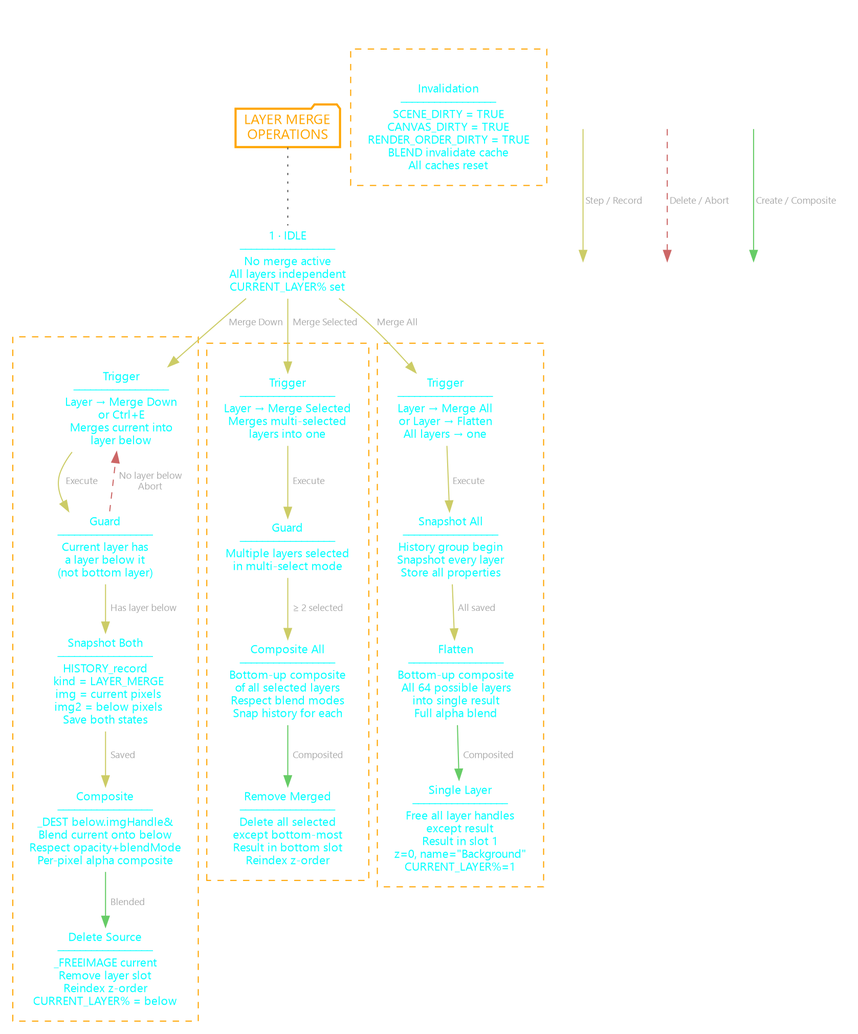
Before: PLANS/diagrams/LAYER-OPS/LAYER-MERGE-STATES.png, a diagram exported from Graphviz (grymmjack/DRAW). Its source is kept beside it as PLANS/diagrams/LAYER-OPS/LAYER-MERGE-STATES.DOT.
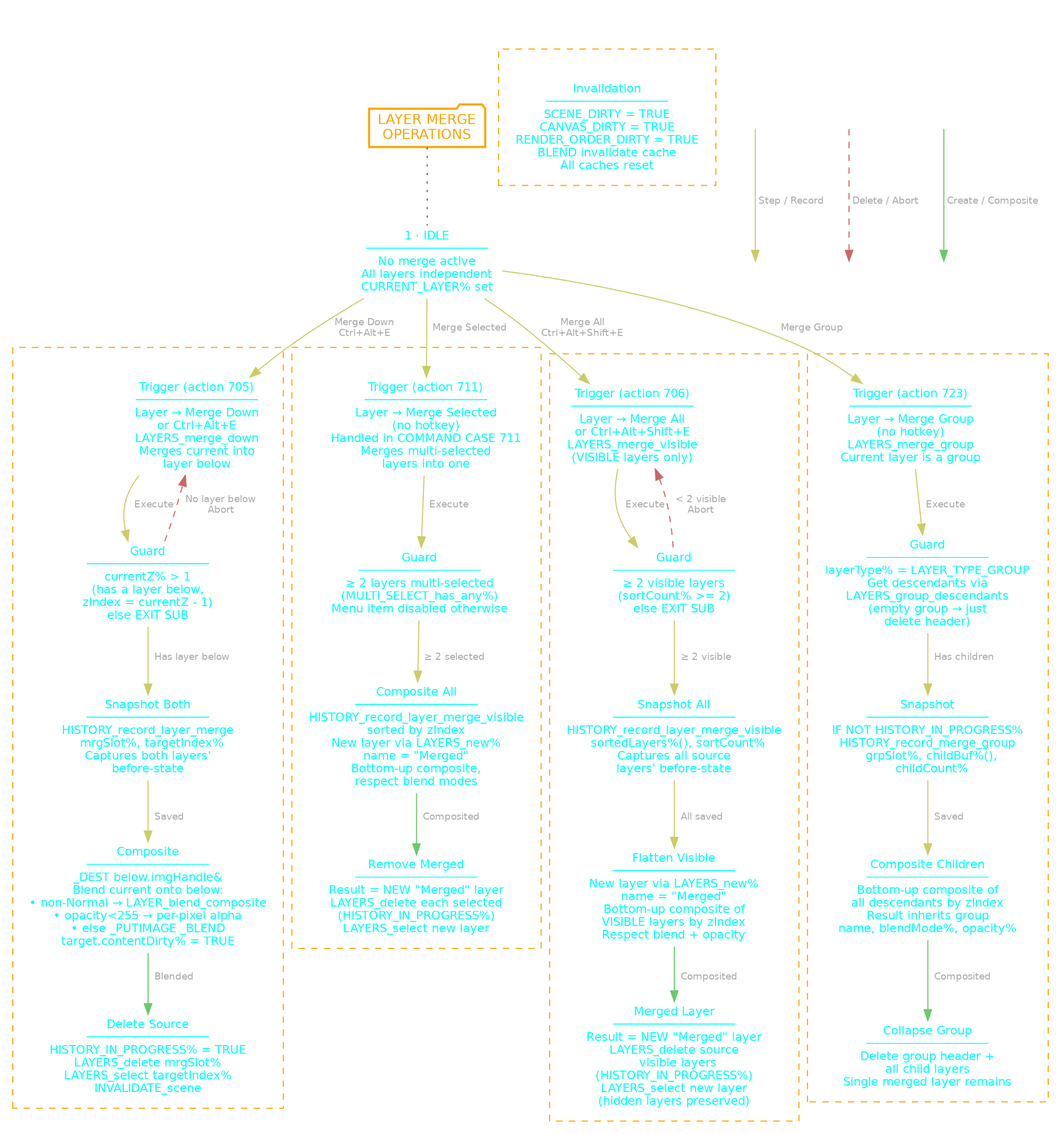
After the change.

Change to the diagram source:
```diff
@@ -27,11 +27,11 @@
         fontcolor=white fontsize=11.0 fontname="Cascadia Code PL"
         color=orange style=dashed penwidth=1
 
-        MD_TRIGGER [label="Trigger\n─────────────────\nLayer → Merge Down\nor Ctrl+E\nMerges current into\nlayer below"];
-        MD_GUARD [label="Guard\n─────────────────\nCurrent layer has\na layer below it\n(not bottom layer)"];
-        MD_SNAPSHOT [label="Snapshot Both\n─────────────────\nHISTORY_record\n  kind = LAYER_MERGE\n  img = current pixels\n  img2 = below pixels\nSave both states"];
-        MD_COMPOSITE [label="Composite\n─────────────────\n_DEST below.imgHandle&\nBlend current onto below\nRespect opacity+blendMode\nPer-pixel alpha composite"];
-        MD_CLEANUP [label="Delete Source\n─────────────────\n_FREEIMAGE current\nRemove layer slot\nReindex z-order\nCURRENT_LAYER% = below"];
+        MD_TRIGGER [label="Trigger (action 705)\n─────────────────\nLayer → Merge Down\nor Ctrl+Alt+E\nLAYERS_merge_down\nMerges current into\nlayer below"];
+        MD_GUARD [label="Guard\n─────────────────\ncurrentZ% > 1\n(has a layer below,\nzIndex = currentZ - 1)\nelse EXIT SUB"];
+        MD_SNAPSHOT [label="Snapshot Both\n─────────────────\nHISTORY_record_layer_merge\n  mrgSlot%, targetIndex%\nCaptures both layers'\nbefore-state"];
+        MD_COMPOSITE [label="Composite\n─────────────────\n_DEST below.imgHandle&\nBlend current onto below:\n• non-Normal → LAYER_blend_composite\n• opacity<255 → per-pixel alpha\n• else _PUTIMAGE _BLEND\ntarget.contentDirty% = TRUE"];
+        MD_CLEANUP [label="Delete Source\n─────────────────\nHISTORY_IN_PROGRESS% = TRUE\nLAYERS_delete mrgSlot%\nLAYERS_select targetIndex%\nINVALIDATE_scene"];
 
         MD_TRIGGER -> MD_GUARD [label="  Execute" color="#cccc66"];
         MD_GUARD -> MD_SNAPSHOT [label="  Has layer below" color="#cccc66"];
@@ -45,10 +45,10 @@
         fontcolor=white fontsize=11.0 fontname="Cascadia Code PL"
         color=orange style=dashed penwidth=1
 
-        MS_TRIGGER [label="Trigger\n─────────────────\nLayer → Merge Selected\nMerges multi-selected\nlayers into one"];
-        MS_GUARD [label="Guard\n─────────────────\nMultiple layers selected\nin multi-select mode"];
-        MS_COMPOSITE [label="Composite All\n─────────────────\nBottom-up composite\nof all selected layers\nRespect blend modes\nSnap history for each"];
-        MS_CLEANUP [label="Remove Merged\n─────────────────\nDelete all selected\nexcept bottom-most\nResult in bottom slot\nReindex z-order"];
+        MS_TRIGGER [label="Trigger (action 711)\n─────────────────\nLayer → Merge Selected\n(no hotkey)\nHandled in COMMAND CASE 711\nMerges multi-selected\nlayers into one"];
+        MS_GUARD [label="Guard\n─────────────────\n≥ 2 layers multi-selected\n(MULTI_SELECT_has_any%)\nMenu item disabled otherwise"];
+        MS_COMPOSITE [label="Composite All\n─────────────────\nHISTORY_record_layer_merge_visible\nsorted by zIndex\nNew layer via LAYERS_new%\nname = \"Merged\"\nBottom-up composite,\nrespect blend modes"];
+        MS_CLEANUP [label="Remove Merged\n─────────────────\nResult = NEW \"Merged\" layer\nLAYERS_delete each selected\n(HISTORY_IN_PROGRESS%)\nLAYERS_select new layer"];
 
         MS_TRIGGER -> MS_GUARD [label="  Execute" color="#cccc66"];
         MS_GUARD -> MS_COMPOSITE [label="  ≥ 2 selected" color="#cccc66"];
@@ -60,19 +60,40 @@
         fontcolor=white fontsize=11.0 fontname="Cascadia Code PL"
         color=orange style=dashed penwidth=1
 
-        MA_TRIGGER [label="Trigger\n─────────────────\nLayer → Merge All\nor Layer → Flatten\nAll layers → one"];
-        MA_SNAPSHOT [label="Snapshot All\n─────────────────\nHistory group begin\nSnapshot every layer\nStore all properties"];
-        MA_FLATTEN [label="Flatten\n─────────────────\nBottom-up composite\nAll 64 possible layers\ninto single result\nFull alpha blend"];
-        MA_CLEANUP [label="Single Layer\n─────────────────\nFree all layer handles\nexcept result\nResult in slot 1\nz=0, name=\"Background\"\nCURRENT_LAYER%=1"];
+        MA_TRIGGER [label="Trigger (action 706)\n─────────────────\nLayer → Merge All\nor Ctrl+Alt+Shift+E\nLAYERS_merge_visible\n(VISIBLE layers only)"];
+        MA_GUARD [label="Guard\n─────────────────\n≥ 2 visible layers\n(sortCount% >= 2)\nelse EXIT SUB"];
+        MA_SNAPSHOT [label="Snapshot All\n─────────────────\nHISTORY_record_layer_merge_visible\n  sortedLayers%(), sortCount%\nCaptures all source\nlayers' before-state"];
+        MA_FLATTEN [label="Flatten Visible\n─────────────────\nNew layer via LAYERS_new%\nname = \"Merged\"\nBottom-up composite of\nVISIBLE layers by zIndex\nRespect blend + opacity"];
+        MA_CLEANUP [label="Merged Layer\n─────────────────\nResult = NEW \"Merged\" layer\nLAYERS_delete source\n  visible layers\n(HISTORY_IN_PROGRESS%)\nLAYERS_select new layer\n(hidden layers preserved)"];
 
-        MA_TRIGGER -> MA_SNAPSHOT [label="  Execute" color="#cccc66"];
+        MA_TRIGGER -> MA_GUARD [label="  Execute" color="#cccc66"];
+        MA_GUARD -> MA_SNAPSHOT [label="  ≥ 2 visible" color="#cccc66"];
+        MA_GUARD -> MA_TRIGGER [label="  < 2 visible\n  Abort" color="#cc6666" style=dashed];
         MA_SNAPSHOT -> MA_FLATTEN [label="  All saved" color="#cccc66"];
         MA_FLATTEN -> MA_CLEANUP [label="  Composited" color="#66cc66"];
     }
 
-    S_IDLE -> MD_TRIGGER [label="  Merge Down" color="#cccc66"];
+    subgraph cluster_merge_group {
+        label="MERGE GROUP" labelloc=t labeljust=l
+        fontcolor=white fontsize=11.0 fontname="Cascadia Code PL"
+        color=orange style=dashed penwidth=1
+
+        MG_TRIGGER [label="Trigger (action 723)\n─────────────────\nLayer → Merge Group\n(no hotkey)\nLAYERS_merge_group\nCurrent layer is a group"];
+        MG_GUARD [label="Guard\n─────────────────\nlayerType% = LAYER_TYPE_GROUP\nGet descendants via\nLAYERS_group_descendants\n(empty group → just\ndelete header)"];
+        MG_SNAPSHOT [label="Snapshot\n─────────────────\nIF NOT HISTORY_IN_PROGRESS%\nHISTORY_record_merge_group\n  grpSlot%, childBuf%(),\n  childCount%"];
+        MG_COMPOSITE [label="Composite Children\n─────────────────\nBottom-up composite of\nall descendants by zIndex\nResult inherits group\nname, blendMode%, opacity%"];
+        MG_CLEANUP [label="Collapse Group\n─────────────────\nDelete group header +\nall child layers\nSingle merged layer remains"];
+
+        MG_TRIGGER -> MG_GUARD [label="  Execute" color="#cccc66"];
+        MG_GUARD -> MG_SNAPSHOT [label="  Has children" color="#cccc66"];
+        MG_SNAPSHOT -> MG_COMPOSITE [label="  Saved" color="#cccc66"];
+        MG_COMPOSITE -> MG_CLEANUP [label="  Composited" color="#66cc66"];
+    }
+
+    S_IDLE -> MD_TRIGGER [label="  Merge Down\n  Ctrl+Alt+E" color="#cccc66"];
     S_IDLE -> MS_TRIGGER [label="  Merge Selected" color="#cccc66"];
-    S_IDLE -> MA_TRIGGER [label="  Merge All" color="#cccc66"];
+    S_IDLE -> MA_TRIGGER [label="  Merge All\n  Ctrl+Alt+Shift+E" color="#cccc66"];
+    S_IDLE -> MG_TRIGGER [label="  Merge Group" color="#cccc66"];
 
     subgraph cluster_post {
         label="POST-MERGE STATE" labelloc=t labeljust=l
```
